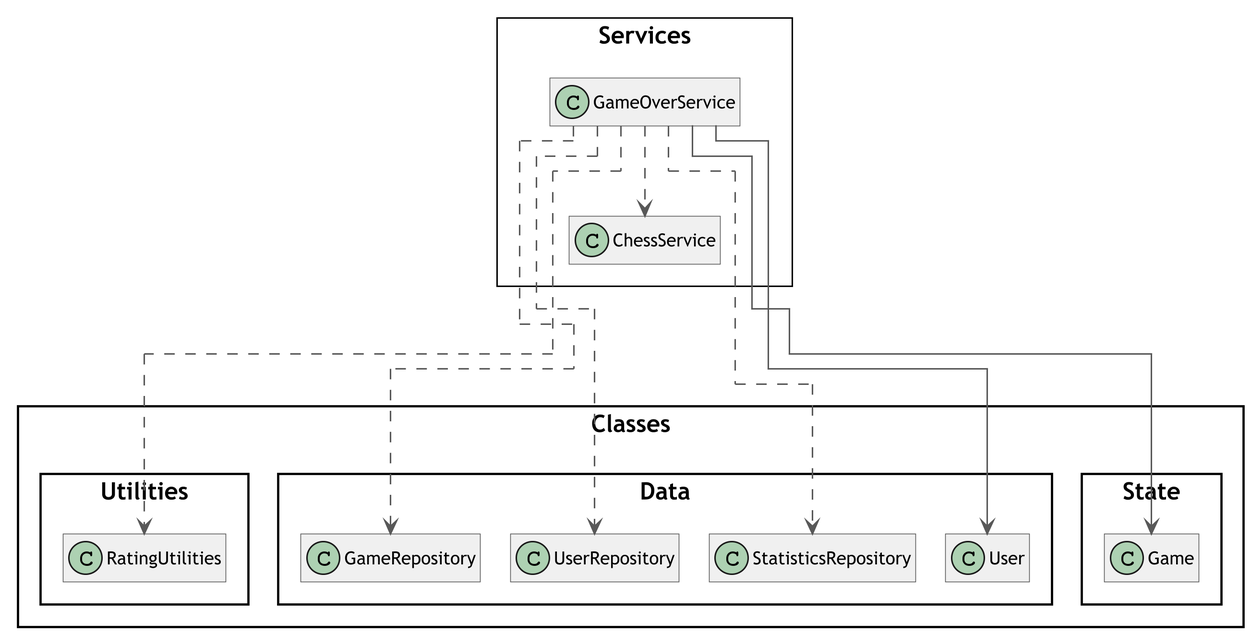
connormcharg/school-work keeps this PlantUML diagram as NEA-Final/Writeup/Design/Class Diagrams/Backend/Services/GameOverService.png. Above is the earlier version. Its diagram source:
```plantuml
@startuml GameOverService
skinparam classAttributeIconSize 0
skinparam classFontSize 16
skinparam classFontName Trebuchet MS
skinparam classBackgroundColor #F0F0F0
skinparam classBorderColor #585858
skinparam classArrowColor #585858
skinparam wrapWidth 400
skinparam RoundCorner 0
skinparam DefaultFontName Trebuchet MS
skinparam DefaultFontSize 16
skinparam ClassFontSize 16
skinparam TitleFontSize 20
skinparam ClassAttributeFontSize 12
skinparam ClassStereotypeFontSize 10
skinparam ArrowFontSize 10
skinparam Dpi 300
skinparam svgAntiAlias true
skinparam Linetype ortho
skinparam Nodesep 50
skinparam ranksep 75
skinparam groupInheritance 2
skinparam packageStyle Rectangle
!pragma layout elk

left to right direction

package Services <<Rectangle>> {
    class ChessService
    class GameOverService
}

GameOverService ..> ChessService
GameOverService ..> Classes.Data.UserRepository
GameOverService ..> Classes.Data.StatisticsRepository
GameOverService ..> Classes.Data.GameRepository
GameOverService --> Classes.State.Game
GameOverService --> Classes.Data.User
GameOverService ..> Classes.Utilities.RatingUtilities

hide members
@enduml
```
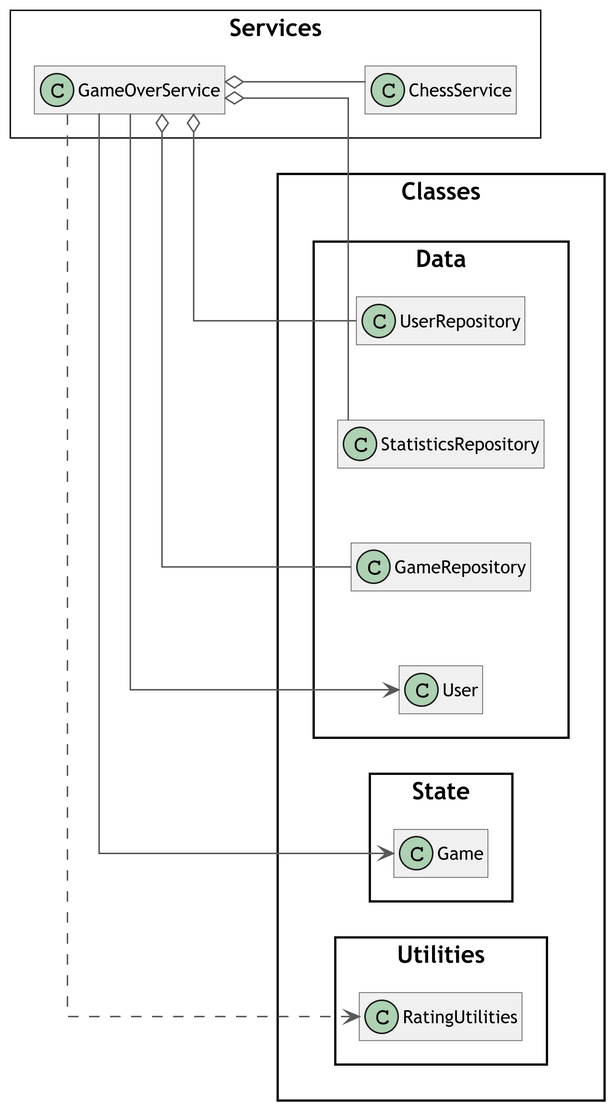
The same diagram one commit later.

The edit, as a diff of the source:
```diff
@@ -21,7 +21,6 @@
 skinparam ranksep 75
 skinparam groupInheritance 2
 skinparam packageStyle Rectangle
-!pragma layout elk
 
 left to right direction
 
@@ -30,10 +29,10 @@
     class GameOverService
 }
 
-GameOverService ..> ChessService
-GameOverService ..> Classes.Data.UserRepository
-GameOverService ..> Classes.Data.StatisticsRepository
-GameOverService ..> Classes.Data.GameRepository
+GameOverService o-- ChessService
+GameOverService o-- Classes.Data.UserRepository
+GameOverService o-- Classes.Data.StatisticsRepository
+GameOverService o-- Classes.Data.GameRepository
 GameOverService --> Classes.State.Game
 GameOverService --> Classes.Data.User
 GameOverService ..> Classes.Utilities.RatingUtilities
```
